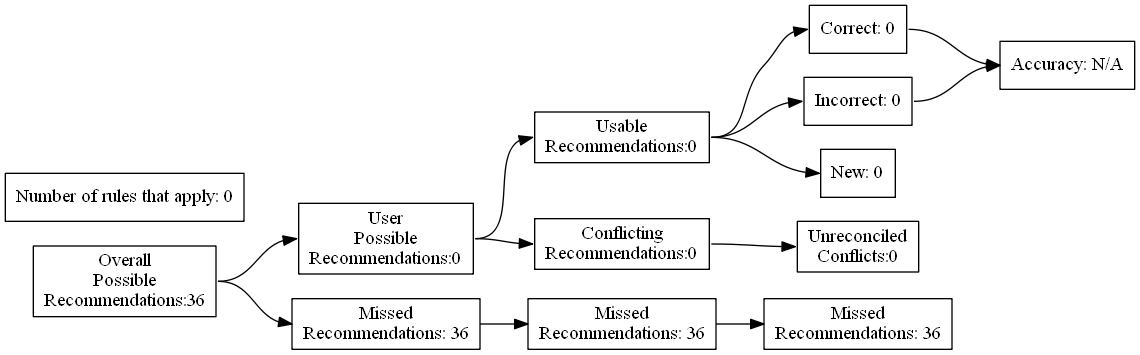
ZaxR/ibd_diet_analysis keeps this Graphviz diagram as test_renders/57.gv.png. Above is the earlier version. Its source is kept beside it as test_renders/57.gv.
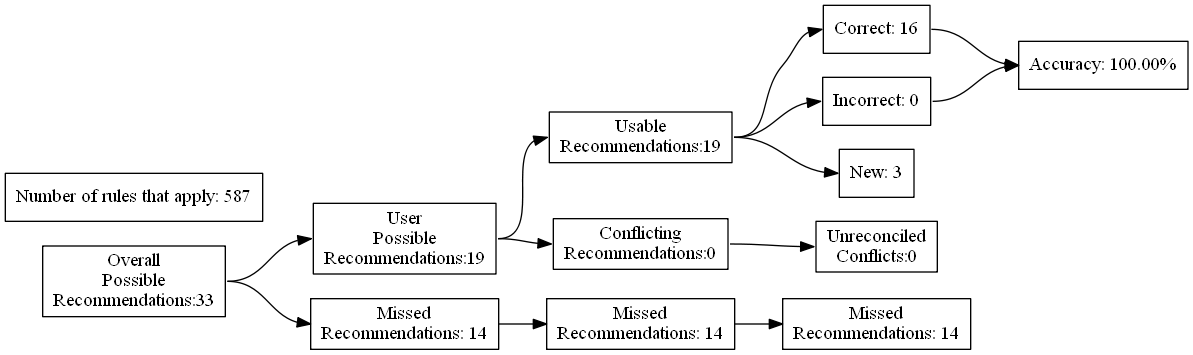
Later version of the same file.

The edit, as a diff of the source:
```diff
@@ -4,27 +4,27 @@
 	edge [headport=w tailport=e]
 		A [label="Overall
 Possible
-Recommendations:36"]
+Recommendations:33"]
 		B [label="User
 Possible
-Recommendations:0"]
+Recommendations:19"]
 		C [label="Missed
-Recommendations: 36"]
+Recommendations: 14"]
 		D [label="Usable
-Recommendations:0"]
+Recommendations:19"]
 		E [label="Conflicting
 Recommendations:0"]
 		J [label="Missed
-Recommendations: 36"]
+Recommendations: 14"]
 		M [label="Unreconciled
 Conflicts:0"]
-		F [label="Correct: 0"]
+		F [label="Correct: 16"]
 		G [label="Incorrect: 0"]
-		H [label="New: 0"]
+		H [label="New: 3"]
 		K [label="Missed
-Recommendations: 36"]
-		I [label="Accuracy: N/A"]
-		l [label="Number of rules that apply: 0"]
+Recommendations: 14"]
+		I [label="Accuracy: 100.00%"]
+		l [label="Number of rules that apply: 587"]
 			A -> B
 			A -> C
 			B -> D
```
